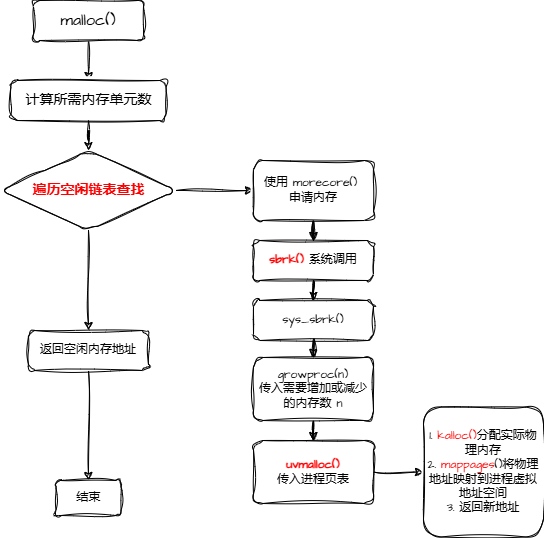
The draw.io diagram pic/malloc-flow.drawio.png in DUTRB/XV6-NewLab, before a commit. Source tidied: cells renumbered, new cells last; positions are measured from the earlier drawing's top-left corner, leaving out a move shared by most shapes.
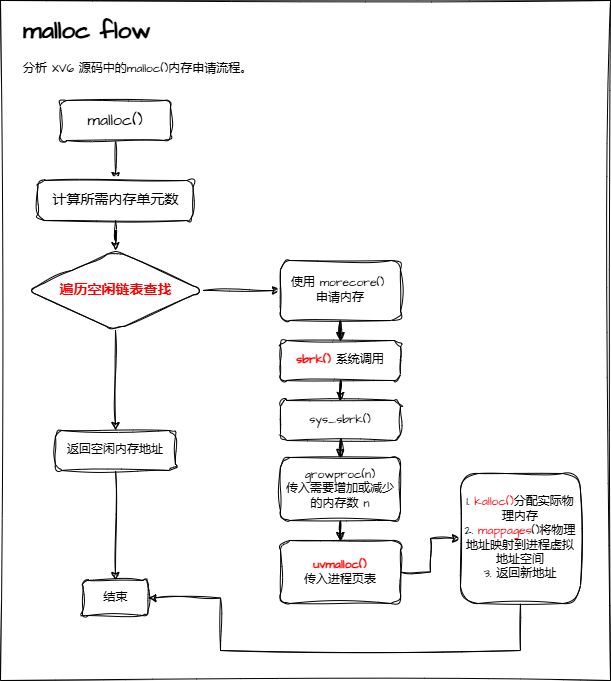
The same diagram one commit later.

What changed in the source:
```diff
@@ -2,6 +2,9 @@
   <root>
     <mxCell id="0" />
     <mxCell id="1" parent="0" />
+    <mxCell id="23" style="rounded=0;whiteSpace=wrap;html=1;sketch=1;hachureGap=4;jiggle=2;curveFitting=1;strokeColor=default;align=center;verticalAlign=middle;fontFamily=Architects Daughter;fontSource=https%3A%2F%2Ffonts.googleapis.com%2Fcss%3Ffamily%3DArchitects%2BDaughter;fontSize=12;fontColor=default;fillColor=default;" parent="1" vertex="1">
+      <mxGeometry x="-28" y="-100" width="610" height="680" as="geometry" />
+    </mxCell>
     <mxCell id="2" style="edgeStyle=orthogonalEdgeStyle;rounded=0;sketch=1;hachureGap=4;jiggle=2;curveFitting=1;jettySize=auto;html=1;fontFamily=Architects Daughter;fontSource=https%3A%2F%2Ffonts.googleapis.com%2Fcss%3Ffamily%3DArchitects%2BDaughter;" parent="1" edge="1" source="3" target="5">
       <mxGeometry relative="1" as="geometry" />
     </mxCell>
@@ -62,8 +65,20 @@
     <mxCell id="21" value="&lt;b&gt;&lt;font color=&quot;#ff0000&quot;&gt;uvmalloc()&lt;/font&gt;&lt;/b&gt;&lt;div&gt;传入进程页表&lt;/div&gt;" style="whiteSpace=wrap;html=1;fontFamily=Architects Daughter;rounded=1;sketch=1;hachureGap=4;jiggle=2;curveFitting=1;fontSource=https%3A%2F%2Ffonts.googleapis.com%2Fcss%3Ffamily%3DArchitects%2BDaughter;" parent="1" vertex="1">
       <mxGeometry x="252" y="440" width="120" height="63" as="geometry" />
     </mxCell>
+    <mxCell id="24" style="edgeStyle=orthogonalEdgeStyle;rounded=0;sketch=1;hachureGap=4;jiggle=2;curveFitting=1;jettySize=auto;html=1;entryX=1;entryY=0.5;entryDx=0;entryDy=0;fontFamily=Architects Daughter;fontSource=https%3A%2F%2Ffonts.googleapis.com%2Fcss%3Ffamily%3DArchitects%2BDaughter;fontSize=12;fontColor=default;" parent="1" edge="1" source="22" target="15">
+      <mxGeometry relative="1" as="geometry">
+        <Array as="points">
+          <mxPoint x="492" y="550" />
+          <mxPoint x="192" y="550" />
+          <mxPoint x="192" y="498" />
+        </Array>
+      </mxGeometry>
+    </mxCell>
     <mxCell id="22" value="1. &lt;font color=&quot;#ff0000&quot;&gt;kalloc()&lt;/font&gt;分配实际物理内存&lt;div&gt;2. &lt;font color=&quot;#ff0000&quot;&gt;mappages&lt;/font&gt;()将物理地址映射到进程虚拟地址空间&lt;/div&gt;&lt;div&gt;3. 返回新地址&lt;/div&gt;" style="whiteSpace=wrap;html=1;fontFamily=Architects Daughter;rounded=1;sketch=1;hachureGap=4;jiggle=2;curveFitting=1;fontSource=https%3A%2F%2Ffonts.googleapis.com%2Fcss%3Ffamily%3DArchitects%2BDaughter;" parent="1" vertex="1">
-      <mxGeometry x="422" y="406.5" width="120" height="130" as="geometry" />
+      <mxGeometry x="432" y="373" width="120" height="130" as="geometry" />
     </mxCell>
+    <mxCell id="25" value="&lt;h1 style=&quot;margin-top: 0px;&quot;&gt;malloc flow&lt;/h1&gt;&lt;p&gt;分析 XV6 源码中的malloc()内存申请流程。&lt;/p&gt;" style="text;html=1;whiteSpace=wrap;overflow=hidden;rounded=0;fontFamily=Architects Daughter;fontSource=https%3A%2F%2Ffonts.googleapis.com%2Fcss%3Ffamily%3DArchitects%2BDaughter;fontSize=12;fontColor=default;" parent="1" vertex="1">
+      <mxGeometry x="-6.8" y="-90" width="567.5" height="70" as="geometry" />
+    </mxCell>
   </root>
 </mxGraphModel>
```
